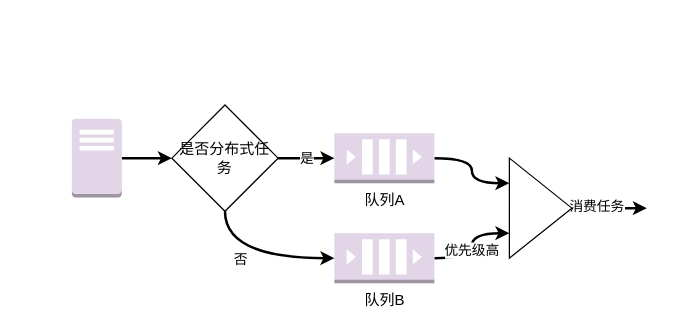
Above: page "第 1 页" (1 of 2) of workflow.drawio in foreignbill/drawio (draw.io), before the change. Source tidied: cells renumbered, new cells numbered last; positions are measured from the earlier drawing's top-left corner, leaving out a move shared by most shapes. Both pictures are drawn from the tidied source at 125%, with x=0, y=0 at pixel (71, 105).
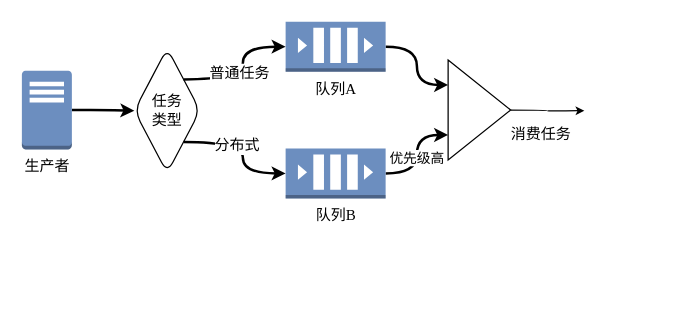
The same page after the edit.

Change to the diagram source:
```diff
@@
 <mxGraphModel>
   <root>
     <mxCell id="0" />
     <mxCell id="1" parent="0" />
-    <mxCell id="2" style="edgeStyle=orthogonalEdgeStyle;rounded=1;jettySize=auto;html=1;exitX=1;exitY=0.5;exitDx=0;exitDy=0;exitPerimeter=0;entryX=0;entryY=0.25;entryDx=0;entryDy=0;strokeWidth=2;startSize=5;endSize=5;fillColor=#0D0D0D;curved=1;" parent="1" edge="1" source="3" target="15">
+    <mxCell id="2" style="edgeStyle=orthogonalEdgeStyle;rounded=1;jettySize=auto;html=1;exitX=1;exitY=0.5;exitDx=0;exitDy=0;exitPerimeter=0;entryX=0;entryY=0.25;entryDx=0;entryDy=0;strokeWidth=2;startSize=5;endSize=5;fillColor=#0D0D0D;curved=1;fontFamily=Times New Roman;" parent="1" edge="1" source="3" target="15">
       <mxGeometry relative="1" as="geometry" />
     </mxCell>
-    <mxCell id="3" value="队列A" style="outlineConnect=0;dashed=0;verticalLabelPosition=bottom;verticalAlign=top;align=center;html=1;shape=mxgraph.aws3.queue;fillColor=#e1d5e7;strokeColor=#9673a6;" parent="1" vertex="1">
-      <mxGeometry x="210" y="22" width="80" height="40" as="geometry" />
+    <mxCell id="3" value="队列A" style="outlineConnect=0;dashed=0;verticalLabelPosition=bottom;verticalAlign=top;align=center;html=1;shape=mxgraph.aws3.queue;fillColor=#6C8EBF;strokeColor=#6c8ebf;fontFamily=Times New Roman;" parent="1" vertex="1">
+      <mxGeometry x="171" y="-67.2" width="80" height="40" as="geometry" />
     </mxCell>
-    <mxCell id="4" style="edgeStyle=orthogonalEdgeStyle;rounded=1;jettySize=auto;html=1;exitX=1;exitY=0.5;exitDx=0;exitDy=0;exitPerimeter=0;entryX=0;entryY=0.75;entryDx=0;entryDy=0;strokeWidth=2;startSize=5;endSize=5;fillColor=#0D0D0D;curved=1;" parent="1" edge="1" source="6" target="15">
+    <mxCell id="4" style="edgeStyle=orthogonalEdgeStyle;rounded=1;jettySize=auto;html=1;exitX=1;exitY=0.5;exitDx=0;exitDy=0;exitPerimeter=0;entryX=0;entryY=0.75;entryDx=0;entryDy=0;strokeWidth=2;startSize=5;endSize=5;fillColor=#0D0D0D;curved=1;fontFamily=Times New Roman;" parent="1" edge="1" source="6" target="15">
       <mxGeometry relative="1" as="geometry" />
     </mxCell>
-    <mxCell id="5" value="优先级高" style="edgeLabel;html=1;align=center;verticalAlign=middle;" parent="4" vertex="1">
+    <mxCell id="5" value="优先级高" style="edgeLabel;html=1;align=center;verticalAlign=middle;fontFamily=Times New Roman;" parent="4" vertex="1">
       <mxGeometry x="-0.07" y="1" relative="1" as="geometry" />
     </mxCell>
-    <mxCell id="6" value="队列B" style="outlineConnect=0;dashed=0;verticalLabelPosition=bottom;verticalAlign=top;align=center;html=1;shape=mxgraph.aws3.queue;fillColor=#e1d5e7;strokeColor=#9673a6;" parent="1" vertex="1">
-      <mxGeometry x="210" y="102" width="80" height="40" as="geometry" />
+    <mxCell id="6" value="队列B" style="outlineConnect=0;dashed=0;verticalLabelPosition=bottom;verticalAlign=top;align=center;html=1;shape=mxgraph.aws3.queue;fillColor=#6C8EBF;strokeColor=#6c8ebf;fontFamily=Times New Roman;" parent="1" vertex="1">
+      <mxGeometry x="171" y="34.2" width="80" height="40" as="geometry" />
     </mxCell>
-    <mxCell id="7" style="edgeStyle=orthogonalEdgeStyle;rounded=1;jettySize=auto;html=1;exitX=1;exitY=0.5;exitDx=0;exitDy=0;exitPerimeter=0;entryX=0;entryY=0.5;entryDx=0;entryDy=0;strokeWidth=2;startSize=5;endSize=5;fillColor=#0D0D0D;" parent="1" edge="1" source="8" target="12">
+    <mxCell id="7" style="edgeStyle=orthogonalEdgeStyle;rounded=1;jettySize=auto;html=1;exitX=1;exitY=0.5;exitDx=0;exitDy=0;exitPerimeter=0;entryX=0;entryY=0.5;entryDx=0;entryDy=0;strokeWidth=2;startSize=5;endSize=5;fillColor=#0D0D0D;fontFamily=Times New Roman;" parent="1" edge="1" source="8" target="19">
       <mxGeometry relative="1" as="geometry" />
     </mxCell>
-    <mxCell id="8" style="outlineConnect=0;dashed=0;verticalLabelPosition=bottom;verticalAlign=top;align=center;html=1;shape=mxgraph.aws3.traditional_server;fillColor=#e1d5e7;strokeColor=#9673a6;" parent="1" vertex="1">
-      <mxGeometry y="10.5" width="40" height="63" as="geometry" />
+    <mxCell id="8" value="生产者" style="outlineConnect=0;dashed=0;verticalLabelPosition=bottom;verticalAlign=top;align=center;html=1;shape=mxgraph.aws3.traditional_server;fillColor=#6C8EBF;strokeColor=#6c8ebf;direction=east;fontFamily=Times New Roman;" parent="1" vertex="1">
+      <mxGeometry x="-40" y="-28" width="40" height="63" as="geometry" />
     </mxCell>
-    <mxCell id="9" value="是" style="edgeStyle=orthogonalEdgeStyle;rounded=1;jettySize=auto;html=1;exitX=1;exitY=0.5;exitDx=0;exitDy=0;entryX=0;entryY=0.5;entryDx=0;entryDy=0;entryPerimeter=0;strokeWidth=2;startSize=5;endSize=5;fillColor=#0D0D0D;" parent="1" edge="1" source="12" target="3">
+    <mxCell id="9" style="edgeStyle=orthogonalEdgeStyle;rounded=1;jettySize=auto;html=1;exitX=1;exitY=0;exitDx=0;exitDy=0;entryX=0;entryY=0.5;entryDx=0;entryDy=0;entryPerimeter=0;strokeWidth=2;startSize=5;endSize=5;fillColor=#0D0D0D;fontFamily=Times New Roman;curved=1;" parent="1" edge="1" source="19" target="3">
       <mxGeometry relative="1" as="geometry" />
     </mxCell>
+    <mxCell id="16" value="普通任务" style="edgeLabel;html=1;align=center;verticalAlign=middle;fontSize=12;fontFamily=Times New Roman;" parent="9" vertex="1">
+      <mxGeometry x="-0.02" y="3" relative="1" as="geometry" />
+    </mxCell>
-    <mxCell id="10" style="edgeStyle=orthogonalEdgeStyle;rounded=1;jettySize=auto;html=1;entryX=0;entryY=0.5;entryDx=0;entryDy=0;entryPerimeter=0;strokeWidth=2;startSize=5;endSize=5;fillColor=#0D0D0D;exitX=0.5;exitY=1;exitDx=0;exitDy=0;curved=1;" parent="1" edge="1" source="12" target="6">
+    <mxCell id="10" style="edgeStyle=orthogonalEdgeStyle;rounded=1;jettySize=auto;html=1;entryX=0;entryY=0.5;entryDx=0;entryDy=0;entryPerimeter=0;strokeWidth=2;startSize=5;endSize=5;fillColor=#0D0D0D;exitX=1;exitY=1;exitDx=0;exitDy=0;curved=1;fontFamily=Times New Roman;" parent="1" edge="1" source="19" target="6">
       <mxGeometry relative="1" as="geometry" />
     </mxCell>
-    <mxCell id="11" value="否" style="edgeLabel;html=1;align=center;verticalAlign=middle;" parent="10" vertex="1">
-      <mxGeometry x="-0.21" relative="1" as="geometry" />
-    </mxCell>
-    <mxCell id="12" value="是否分布式任务" style="rhombus;whiteSpace=wrap;html=1;" parent="1" vertex="1">
-      <mxGeometry x="80" y="-0.5" width="85" height="85" as="geometry" />
-    </mxCell>
-    <mxCell id="13" style="edgeStyle=orthogonalEdgeStyle;rounded=1;jettySize=auto;html=1;strokeWidth=2;startSize=5;endSize=5;fillColor=#0D0D0D;" parent="1" edge="1" source="15">
-      <mxGeometry relative="1" as="geometry">
-        <mxPoint x="460" y="82" as="targetPoint" />
-      </mxGeometry>
-    </mxCell>
+    <mxCell id="17" value="分布式" style="edgeLabel;html=1;align=center;verticalAlign=middle;fontSize=12;fontFamily=Times New Roman;" parent="10" vertex="1">
+      <mxGeometry x="-0.21" y="-2" relative="1" as="geometry" />
+    </mxCell>
+    <mxCell id="18" style="edgeStyle=orthogonalEdgeStyle;curved=1;rounded=0;jettySize=auto;html=1;exitX=1;exitY=0.5;exitDx=0;exitDy=0;fontFamily=Times New Roman;fontSize=12;startSize=4;endSize=4;targetPerimeterSpacing=15;" parent="1" edge="1" source="15">
+      <mxGeometry relative="1" as="geometry">
+        <mxPoint x="410" y="4" as="targetPoint" />
+      </mxGeometry>
+    </mxCell>
-    <mxCell id="14" value="消费任务" style="edgeLabel;html=1;align=center;verticalAlign=middle;" parent="13" vertex="1">
-      <mxGeometry x="-0.37" y="2" relative="1" as="geometry" />
+    <mxCell id="14" value="消费任务" style="edgeLabel;html=1;align=center;verticalAlign=middle;fontSize=12;fontFamily=Times New Roman;" parent="18" vertex="1">
+      <mxGeometry x="0.37" y="-1" relative="1" as="geometry">
+        <mxPoint x="-17" y="17" as="offset" />
+      </mxGeometry>
     </mxCell>
-    <mxCell id="15" style="triangle;whiteSpace=wrap;html=1;" parent="1" vertex="1">
-      <mxGeometry x="350" y="42" width="50" height="80" as="geometry" />
+    <mxCell id="15" style="triangle;whiteSpace=wrap;html=1;fontFamily=Times New Roman;" parent="1" vertex="1">
+      <mxGeometry x="301" y="-36.5" width="50" height="80" as="geometry" />
     </mxCell>
+    <mxCell id="19" value="任务&lt;br&gt;类型" style="rhombus;whiteSpace=wrap;html=1;rounded=1;labelBackgroundColor=none;strokeColor=default;fontFamily=Times New Roman;fontSize=12;fillColor=none;" parent="1" vertex="1">
+      <mxGeometry x="50" y="-46" width="52.5" height="100" as="geometry" />
+    </mxCell>
   </root>
 </mxGraphModel>
```
